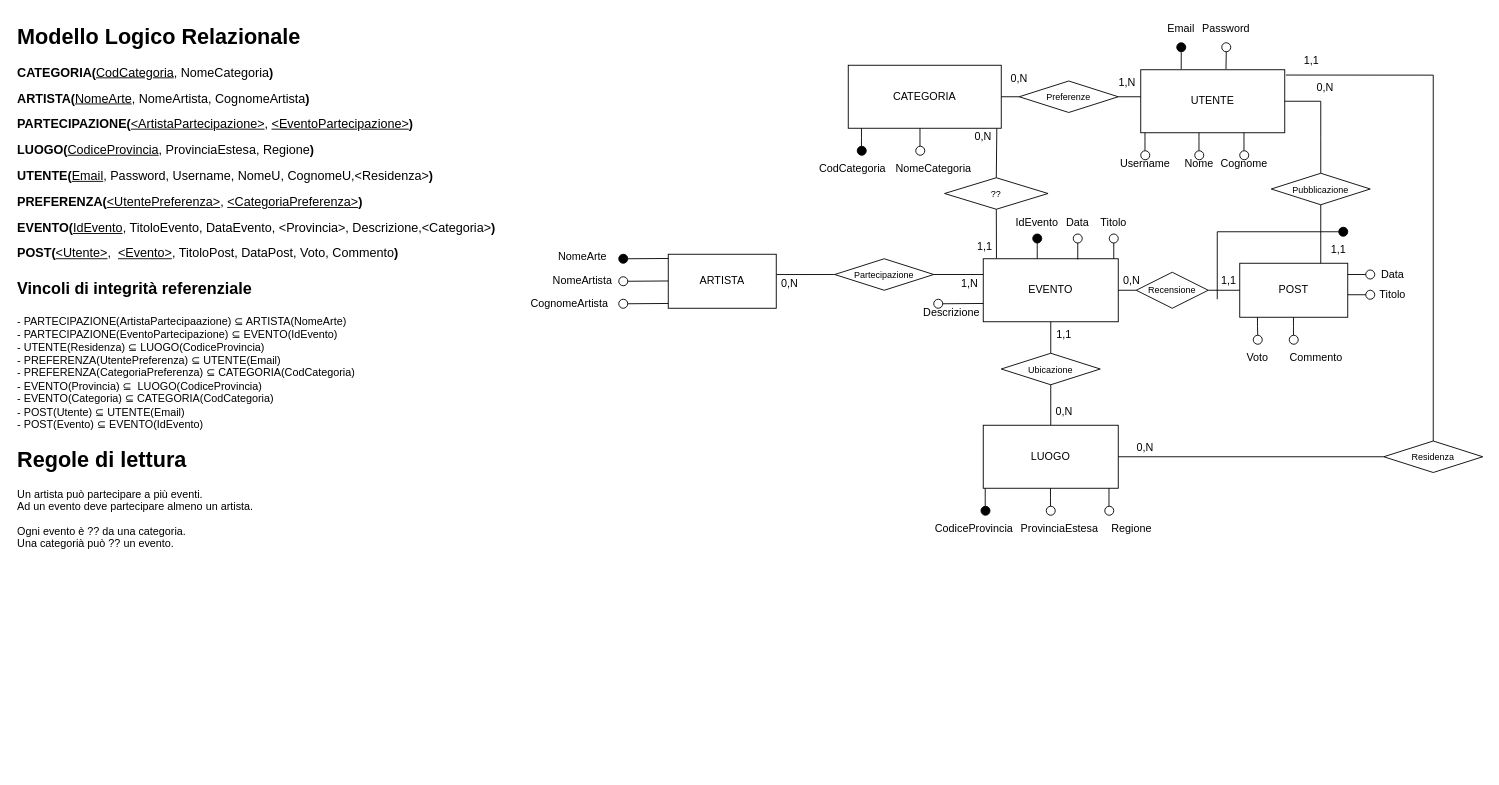
sac11221/mercuriouda keeps this draw.io diagram as UDA_Pianificazione/er.drawio. Above is the earlier version. Source tidied: cells renumbered, new cells numbered last; positions are measured from the earlier drawing's top-left corner, leaving out a move shared by most shapes. Both pictures are drawn from the tidied source at 90%, with x=0, y=0 at pixel (15, 15).
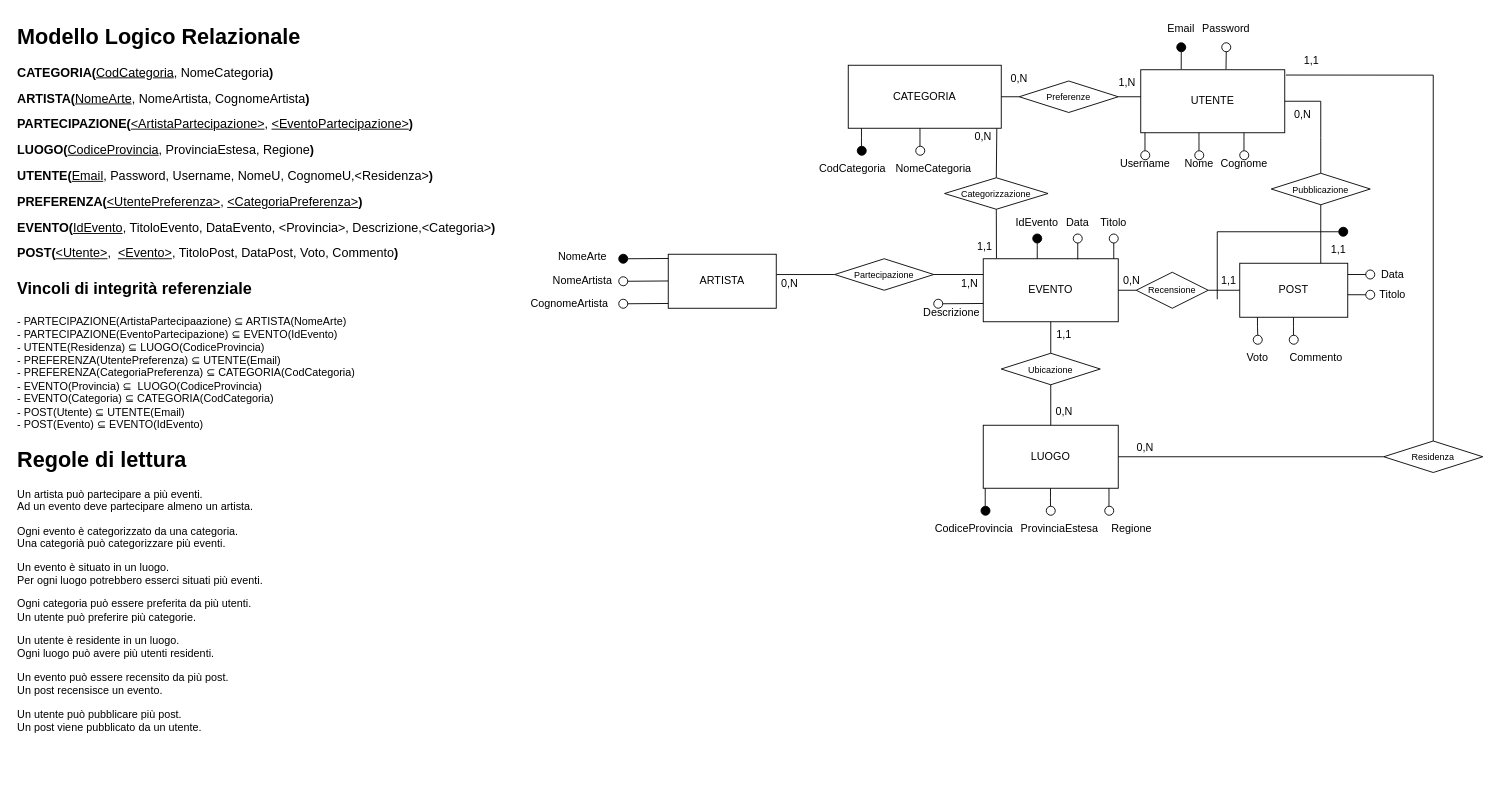
Above is the later version.

Change to the diagram source:
```diff
@@
-    <mxCell id="60" value="??" style="rhombus;whiteSpace=wrap;html=1;fontSize=10;" parent="1" vertex="1">
+    <mxCell id="60" value="Categorizzazione" style="rhombus;whiteSpace=wrap;html=1;fontSize=10;" parent="1" vertex="1">
       <mxGeometry x="1032" y="180" width="115" height="35" as="geometry" />
     </mxCell>
@@
     <mxCell id="73" value="0,N" style="text;html=1;align=center;verticalAlign=middle;whiteSpace=wrap;rounded=0;" parent="1" vertex="1">
-      <mxGeometry x="1425" y="65" width="60" height="30" as="geometry" />
+      <mxGeometry x="1400" y="95" width="60" height="30" as="geometry" />
     </mxCell>
@@
-    <mxCell id="109" value="&lt;h1 style=&quot;margin-top: 0px;&quot;&gt;Regole di lettura&lt;/h1&gt;&lt;div&gt;Un artista può partecipare a più eventi.&lt;/div&gt;&lt;div&gt;Ad un evento deve partecipare almeno un artista.&lt;/div&gt;&lt;p&gt;Ogni evento è ?? da una categoria.&lt;br&gt;Una categorià può ?? un evento.&lt;/p&gt;&lt;p&gt;&lt;br&gt;&lt;/p&gt;" style="text;html=1;whiteSpace=wrap;overflow=hidden;rounded=0;" parent="1" vertex="1">
+    <mxCell id="109" value="&lt;h1 style=&quot;margin-top: 0px;&quot;&gt;Regole di lettura&lt;/h1&gt;&lt;div&gt;Un artista può partecipare a più eventi.&lt;/div&gt;&lt;div&gt;Ad un evento deve partecipare almeno un artista.&lt;/div&gt;&lt;p&gt;Ogni evento è categorizzato da una categoria.&lt;br&gt;Una categorià può categorizzare più eventi.&lt;/p&gt;&lt;p&gt;Un evento è situato in un luogo.&lt;br&gt;Per ogni luogo potrebbero esserci situati più eventi.&lt;/p&gt;&lt;p&gt;Ogni categoria può essere preferita da più utenti.&lt;br&gt;Un utente può preferire più categorie.&lt;/p&gt;&lt;p&gt;Un utente è residente in un luogo.&lt;br&gt;Ogni luogo può avere più utenti residenti.&lt;/p&gt;&lt;p&gt;Un evento può essere recensito da più post.&lt;br&gt;Un post recensisce un evento.&lt;/p&gt;&lt;p&gt;Un utente può pubblicare più post.&lt;br&gt;Un post viene pubblicato da un utente.&lt;/p&gt;" style="text;html=1;whiteSpace=wrap;overflow=hidden;rounded=0;" parent="1" vertex="1">
       <mxGeometry y="472.5" width="630" height="362.5" as="geometry" />
     </mxCell>
```
